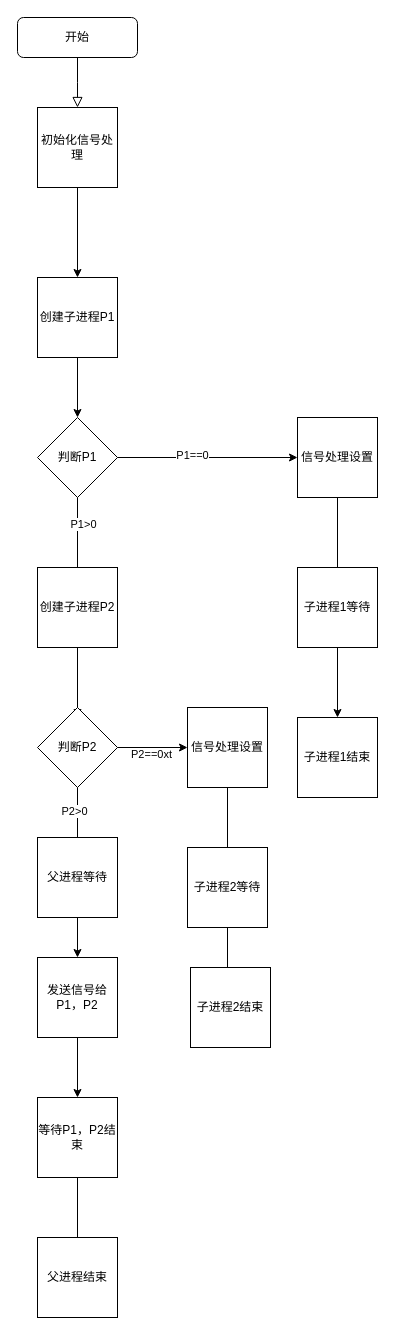
Above: Untitled Diagram.drawio in AlphaNovice/Test (draw.io), before the change. Source tidied: cells renumbered, new cells numbered last; positions are measured from the earlier drawing's top-left corner, leaving out a move shared by most shapes. Both pictures are drawn from the tidied source at 100%, with x=0, y=0 at pixel (17, 17).
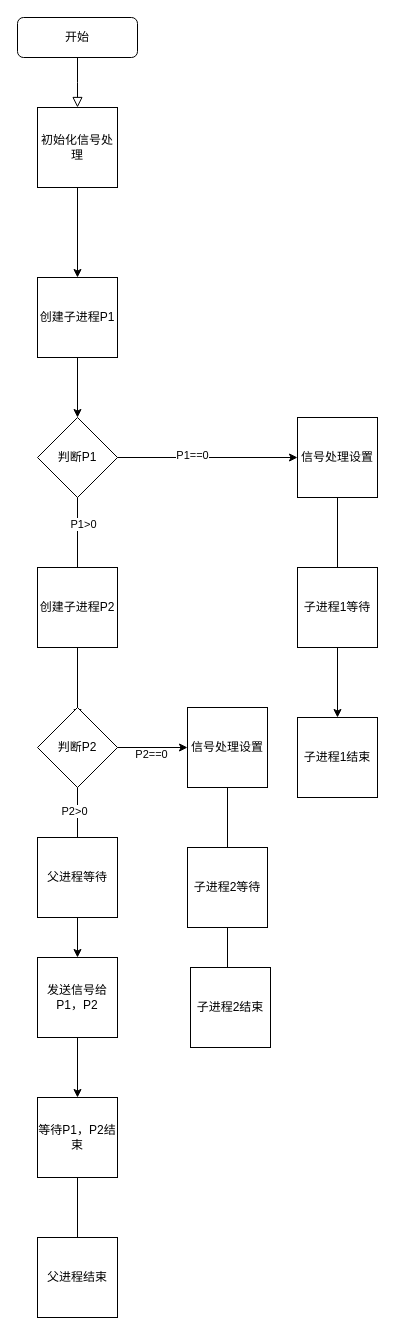
After the change.

Unchanged cells that the change refers to:
```xml
<mxCell id="21" style="endArrow=classic;html=1;rounded=0;exitX=1;exitY=0.5;exitDx=0;exitDy=0;" parent="1" edge="1" source="20" target="26">
  <mxGeometry relative="1" as="geometry" />
</mxCell>
```

Diff of the diagram source:
```diff
@@
-    <mxCell id="22" value="P2==0xt" style="edgeLabel;html=1;align=center;verticalAlign=middle;" parent="21" vertex="1">
+    <mxCell id="22" value="P2==0" style="edgeLabel;html=1;align=center;verticalAlign=middle;" parent="21" vertex="1">
       <mxGeometry x="-0.05" y="-6" relative="1" as="geometry" />
     </mxCell>
```
